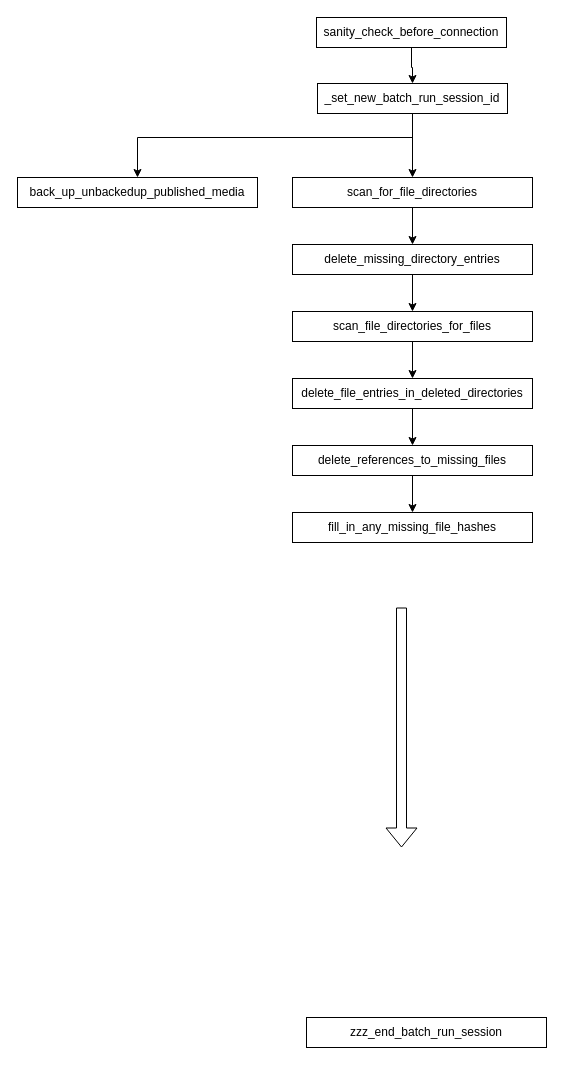
Earlier version of the draw.io diagram page "Streams" (3 of 5) of simplified/doc/filmcab daily batch processes.drawio (jeffshumphreys/filmcab). Source tidied: cells renumbered, new cells numbered last; positions are measured from the earlier drawing's top-left corner, leaving out a move shared by most shapes. Both pictures are drawn from the tidied source at 100%, with x=0, y=0 at pixel (17, 17).
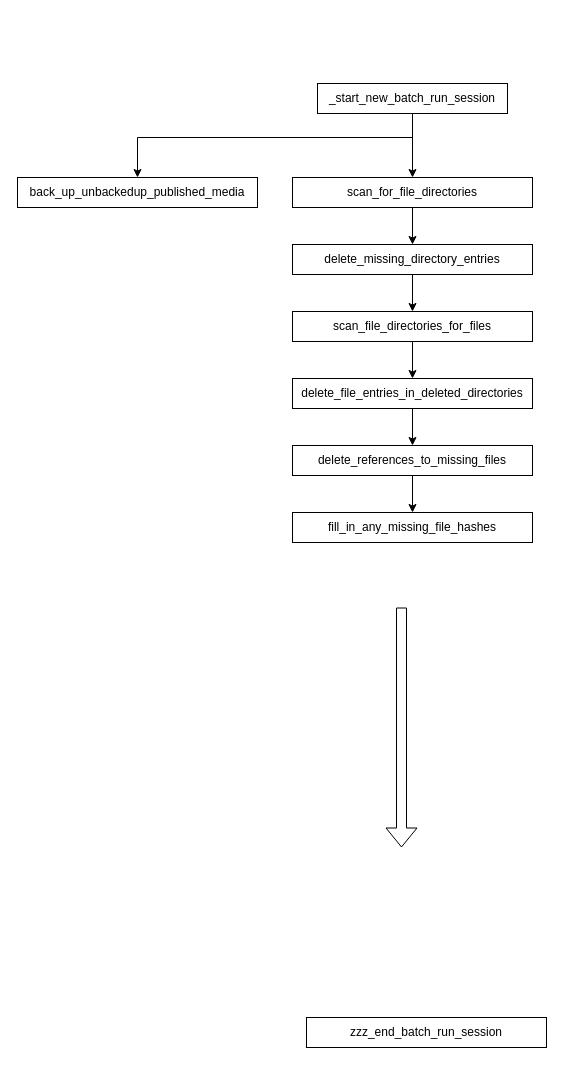
The same diagram, later.

Commit message:
It doesn't track changes well, but you can see differences if it wasn't something drastic.

Change to the diagram source:
```diff
@@
-    <mxCell id="2" style="edgeStyle=orthogonalEdgeStyle;rounded=0;jettySize=auto;html=1;" parent="1" edge="1" source="3" target="6">
-      <mxGeometry relative="1" as="geometry" />
-    </mxCell>
-    <mxCell id="3" value="sanity_check_before_connection" style="rounded=0;whiteSpace=wrap;html=1;" parent="1" vertex="1">
-      <mxGeometry x="299" width="190" height="30" as="geometry" />
-    </mxCell>
@@
-    <mxCell id="6" value="_set_new_batch_run_session_id" style="rounded=0;whiteSpace=wrap;html=1;" parent="1" vertex="1">
+    <mxCell id="6" value="_start_new_batch_run_session" style="rounded=0;whiteSpace=wrap;html=1;" parent="1" vertex="1">
       <mxGeometry x="300" y="66" width="190" height="30" as="geometry" />
     </mxCell>
```
